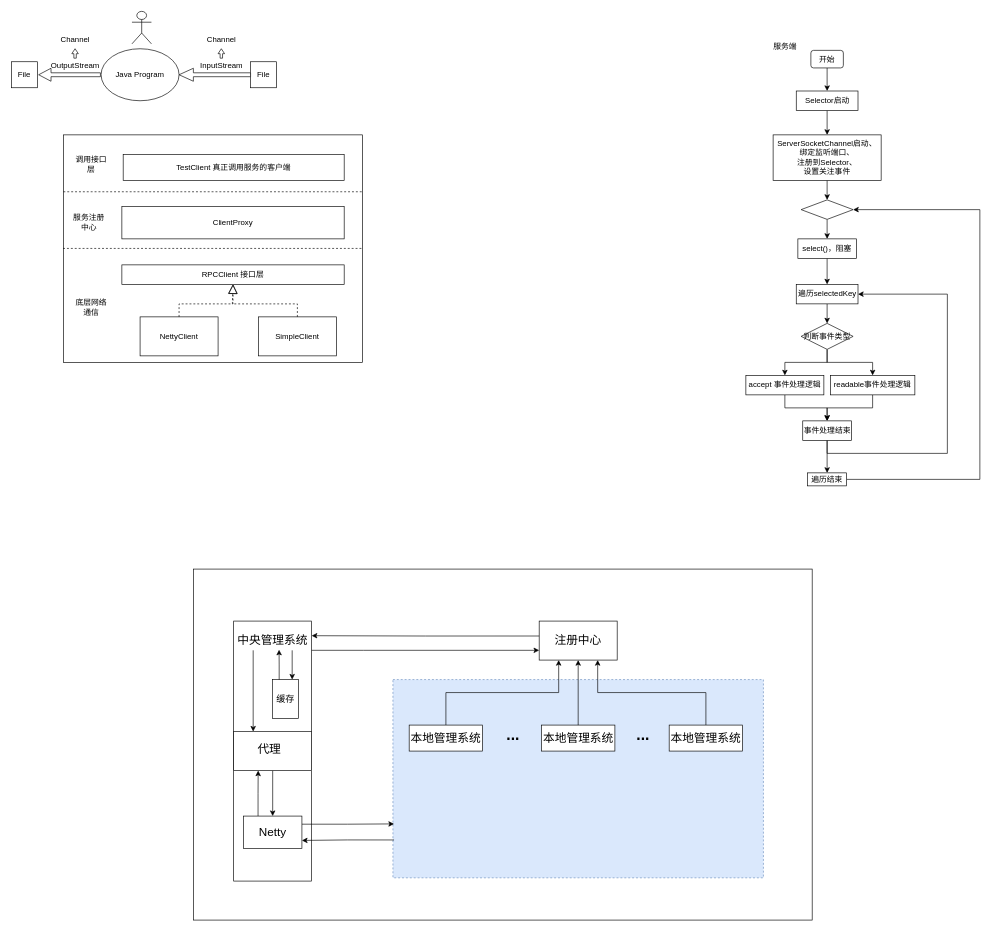
This is Netty/javaNetty.drawio from JongEEE/myDraws, a draw.io file, before an edit. Source tidied: cells renumbered, new cells numbered last; positions are measured from the earlier drawing's top-left corner, leaving out a move shared by most shapes. Both pictures are drawn from the tidied source at 65%, with x=0, y=0 at pixel (11, 11).
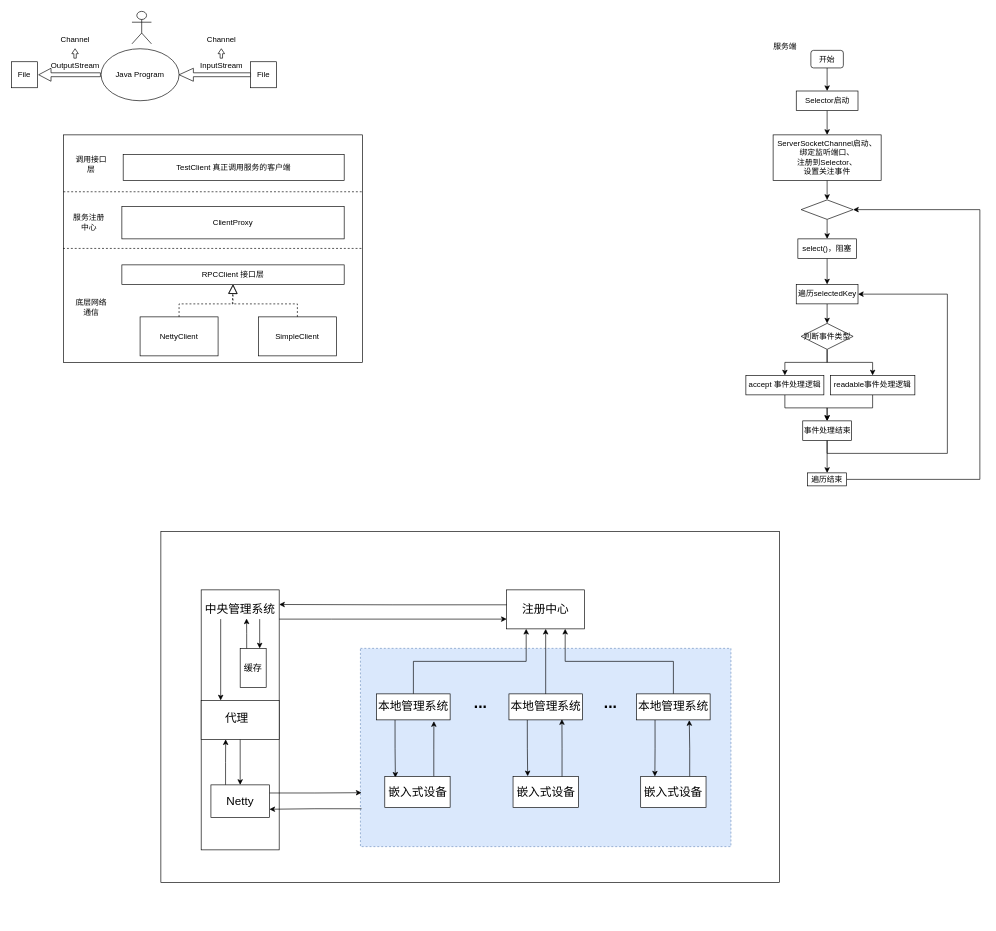
The same page after the edit.

The change refers to these unchanged cells:
```xml
<mxCell id="60" value="&lt;font style=&quot;font-size: 18px;&quot;&gt;本地管理系统&lt;/font&gt;" style="rounded=0;whiteSpace=wrap;html=1;" parent="54" vertex="1">
  <mxGeometry x="332" y="240" width="113" height="40" as="geometry" />
</mxCell>
<mxCell id="61" value="&lt;font style=&quot;font-size: 18px;&quot;&gt;本地管理系统&lt;/font&gt;" style="rounded=0;whiteSpace=wrap;html=1;" parent="54" vertex="1">
  <mxGeometry x="535.5" y="240" width="113" height="40" as="geometry" />
</mxCell>
<mxCell id="63" value="&lt;font style=&quot;font-size: 18px;&quot;&gt;本地管理系统&lt;/font&gt;" style="rounded=0;whiteSpace=wrap;html=1;" parent="54" vertex="1">
  <mxGeometry x="732" y="240" width="113" height="40" as="geometry" />
</mxCell>
```

What changed in the source:
```diff
@@
     <mxCell id="54" style="group;" parent="1" vertex="1">
-      <mxGeometry x="280" y="858" width="952" height="540" as="geometry" />
+      <mxGeometry x="230" y="810" width="952" height="540" as="geometry" />
     </mxCell>
     <mxCell id="55" style="rounded=0;whiteSpace=wrap;html=1;" parent="54" vertex="1">
-      <mxGeometry width="952" height="540" as="geometry" />
+      <mxGeometry y="-10" width="952" height="540" as="geometry" />
     </mxCell>
@@
+    <mxCell id="82" style="edgeStyle=orthogonalEdgeStyle;rounded=0;jettySize=auto;html=1;exitX=0.25;exitY=1;exitDx=0;exitDy=0;entryX=0.162;entryY=0.038;entryDx=0;entryDy=0;entryPerimeter=0;" parent="54" edge="1" source="60" target="86">
+      <mxGeometry relative="1" as="geometry" />
+    </mxCell>
@@
+    <mxCell id="83" style="edgeStyle=orthogonalEdgeStyle;rounded=0;jettySize=auto;html=1;exitX=0.25;exitY=1;exitDx=0;exitDy=0;entryX=0.224;entryY=-0.007;entryDx=0;entryDy=0;entryPerimeter=0;" parent="54" edge="1" source="61" target="87">
+      <mxGeometry relative="1" as="geometry" />
+    </mxCell>
@@
+    <mxCell id="84" style="edgeStyle=orthogonalEdgeStyle;rounded=0;jettySize=auto;html=1;exitX=0.25;exitY=1;exitDx=0;exitDy=0;" parent="54" edge="1" source="63">
+      <mxGeometry relative="1" as="geometry">
+        <mxPoint x="760" y="367" as="targetPoint" />
+      </mxGeometry>
+    </mxCell>
@@
+    <mxCell id="85" style="edgeStyle=orthogonalEdgeStyle;rounded=0;jettySize=auto;html=1;exitX=0.75;exitY=0;exitDx=0;exitDy=0;" parent="54" edge="1" source="86">
+      <mxGeometry relative="1" as="geometry">
+        <mxPoint x="420" y="282" as="targetPoint" />
+      </mxGeometry>
+    </mxCell>
+    <mxCell id="86" value="&lt;font style=&quot;font-size: 18px;&quot;&gt;嵌入式设备&lt;/font&gt;" style="rounded=0;whiteSpace=wrap;html=1;" parent="54" vertex="1">
+      <mxGeometry x="344.5" y="367" width="100.5" height="48" as="geometry" />
+    </mxCell>
+    <mxCell id="87" value="&lt;font style=&quot;font-size: 18px;&quot;&gt;嵌入式设备&lt;/font&gt;" style="rounded=0;whiteSpace=wrap;html=1;" parent="54" vertex="1">
+      <mxGeometry x="541.8" y="367" width="100.5" height="48" as="geometry" />
+    </mxCell>
+    <mxCell id="88" style="edgeStyle=orthogonalEdgeStyle;rounded=0;jettySize=auto;html=1;exitX=0.75;exitY=0;exitDx=0;exitDy=0;entryX=0.716;entryY=1.011;entryDx=0;entryDy=0;entryPerimeter=0;" parent="54" edge="1" source="89" target="63">
+      <mxGeometry relative="1" as="geometry" />
+    </mxCell>
+    <mxCell id="89" value="&lt;font style=&quot;font-size: 18px;&quot;&gt;嵌入式设备&lt;/font&gt;" style="rounded=0;whiteSpace=wrap;html=1;" parent="54" vertex="1">
+      <mxGeometry x="738.2" y="367" width="100.5" height="48" as="geometry" />
+    </mxCell>
+    <mxCell id="90" style="edgeStyle=orthogonalEdgeStyle;rounded=0;jettySize=auto;html=1;exitX=0.75;exitY=0;exitDx=0;exitDy=0;" parent="54" edge="1" source="87">
+      <mxGeometry relative="1" as="geometry">
+        <mxPoint x="617" y="279" as="targetPoint" />
+      </mxGeometry>
+    </mxCell>
```
